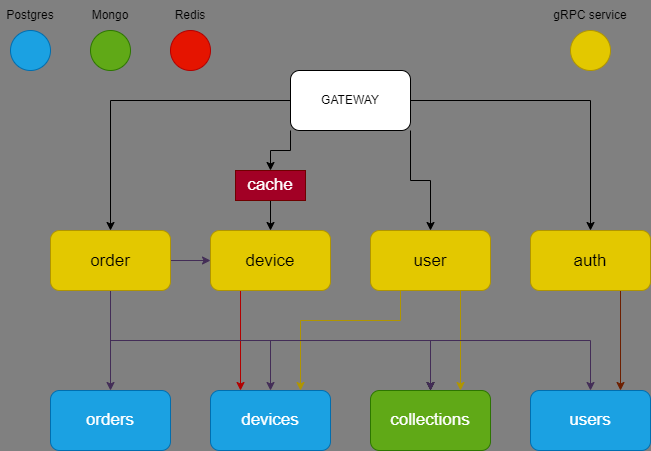
alserov/device-shop keeps this draw.io diagram as docs/schema.png. Above is the earlier version. Source tidied: cells renumbered, new cells last; positions are measured from the earlier drawing's top-left corner, leaving out a move shared by most shapes.
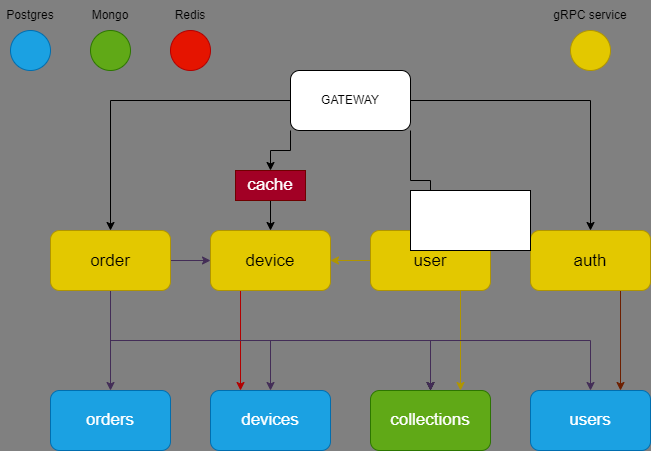
After the commit.

Commit message:
updated repo structs

The edit, as a diff of the source:
```diff
@@ -50,13 +50,8 @@
     <mxCell id="17" style="edgeStyle=orthogonalEdgeStyle;rounded=0;jettySize=auto;html=1;exitX=0.75;exitY=1;exitDx=0;exitDy=0;entryX=0.75;entryY=0;entryDx=0;entryDy=0;fontSize=17;fillColor=#e3c800;strokeColor=#B09500;" parent="1" edge="1" source="19" target="31">
       <mxGeometry relative="1" as="geometry" />
     </mxCell>
-    <mxCell id="18" style="edgeStyle=orthogonalEdgeStyle;rounded=0;jettySize=auto;html=1;exitX=0.25;exitY=1;exitDx=0;exitDy=0;entryX=0.75;entryY=0;entryDx=0;entryDy=0;fillColor=#e3c800;strokeColor=#B09500;" parent="1" edge="1" source="19" target="30">
-      <mxGeometry relative="1" as="geometry">
-        <Array as="points">
-          <mxPoint x="400" y="320" />
-          <mxPoint x="300" y="320" />
-        </Array>
-      </mxGeometry>
+    <mxCell id="18" style="edgeStyle=orthogonalEdgeStyle;rounded=0;jettySize=auto;html=1;exitX=0;exitY=0.5;exitDx=0;exitDy=0;entryX=1;entryY=0.5;entryDx=0;entryDy=0;fillColor=#e3c800;strokeColor=#B09500;" parent="1" edge="1" source="19" target="21">
+      <mxGeometry relative="1" as="geometry" />
     </mxCell>
     <mxCell id="19" value="&lt;h2&gt;&lt;span style=&quot;font-size: 17px; font-weight: 400;&quot;&gt;user&lt;/span&gt;&lt;/h2&gt;" style="rounded=1;whiteSpace=wrap;html=1;fillColor=#e3c800;fontColor=#000000;strokeColor=#B09500;align=center;" parent="1" vertex="1">
       <mxGeometry x="370" y="230" width="120" height="60" as="geometry" />
@@ -106,5 +101,8 @@
     <mxCell id="34" value="cache" style="rounded=0;whiteSpace=wrap;html=1;fontSize=17;fillColor=#a20025;fontColor=#ffffff;strokeColor=#6F0000;" parent="1" vertex="1">
       <mxGeometry x="235" y="170" width="70" height="30" as="geometry" />
     </mxCell>
+    <mxCell id="35" style="rounded=0;whiteSpace=wrap;html=1;" parent="1" vertex="1">
+      <mxGeometry x="410" y="190" width="120" height="60" as="geometry" />
+    </mxCell>
   </root>
 </mxGraphModel>
```
